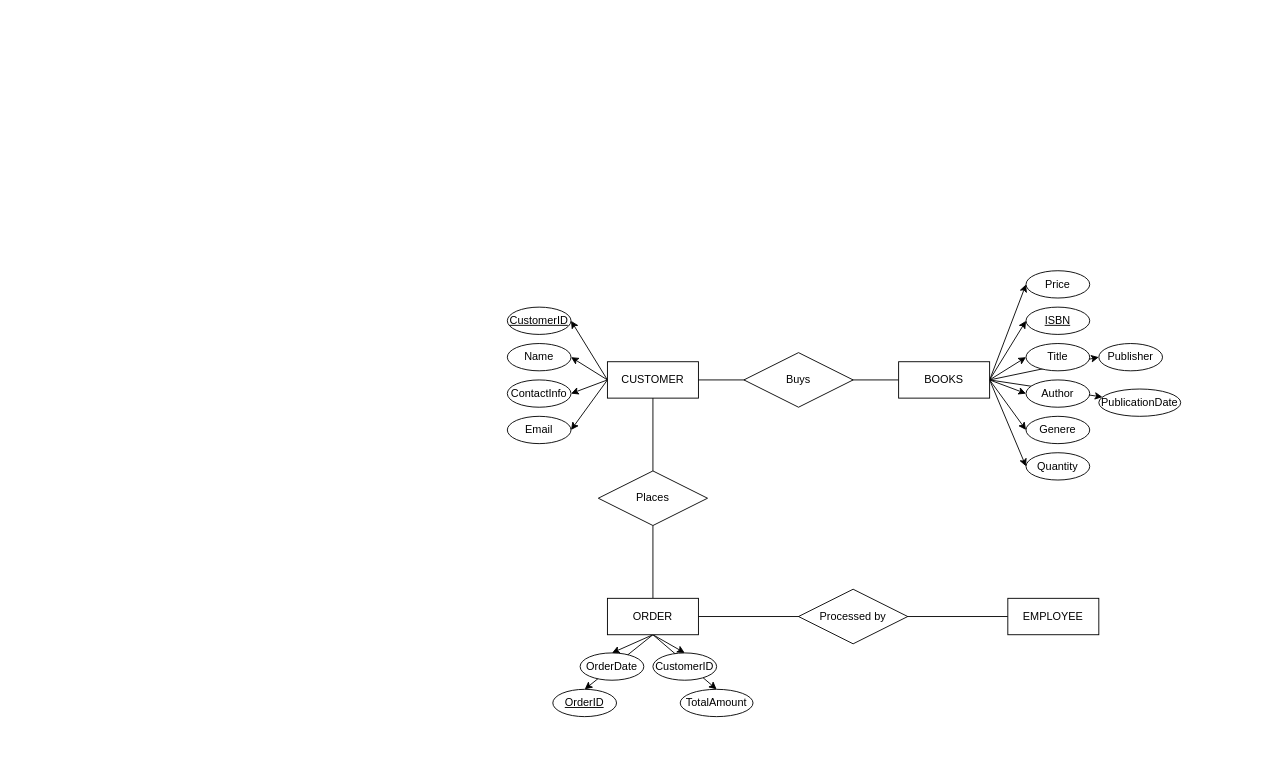
Before: BMSystem_ER.drawio in Haysten-D-costa/DBMQP-Mini-Project-BMSystem, a draw.io diagram. Source tidied: cells renumbered, new cells numbered last; positions are measured from the earlier drawing's top-left corner, leaving out a move shared by most shapes. Both pictures are drawn from the tidied source at 91%, with x=0, y=0 at pixel (507, 270).
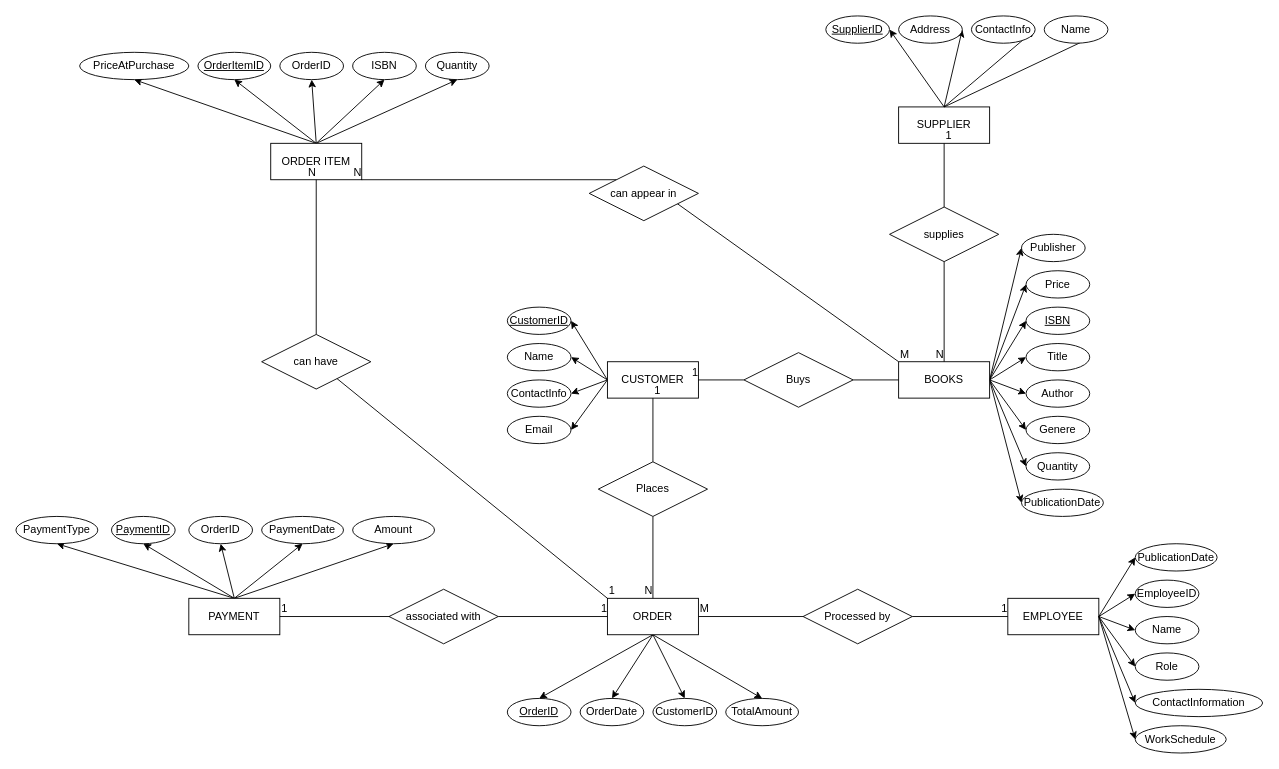
The same diagram, later.

The change refers to these unchanged cells:
```xml
<mxCell id="6" value="CUSTOMER" style="whiteSpace=wrap;html=1;align=center;" parent="1" vertex="1">
  <mxGeometry x="110" y="100" width="100" height="40" as="geometry" />
</mxCell>
<mxCell id="20" value="BOOKS" style="whiteSpace=wrap;html=1;align=center;" parent="1" vertex="1">
  <mxGeometry x="430" y="100" width="100" height="40" as="geometry" />
</mxCell>
<mxCell id="35" value="ORDER" style="whiteSpace=wrap;html=1;align=center;" parent="1" vertex="1">
  <mxGeometry x="110" y="360" width="100" height="40" as="geometry" />
</mxCell>
<mxCell id="40" style="endArrow=none;html=1;rounded=0;exitX=0.5;exitY=1;exitDx=0;exitDy=0;entryX=0.5;entryY=0;entryDx=0;entryDy=0;" parent="1" edge="1" source="6" target="41">
  <mxGeometry relative="1" as="geometry" />
</mxCell>
```

Change to the diagram source:
```diff
@@
-    <mxCell id="11" style="line;strokeWidth=1;dashed=0;labelPosition=right;align=left;verticalAlign=middle;spacingTop=0;spacingLeft=6;" parent="1" vertex="1">
-      <mxGeometry x="210" y="115" width="220" height="10" as="geometry" />
-    </mxCell>
@@
-    <mxCell id="19" style="edgeStyle=none;html=1;exitX=1;exitY=0.5;exitDx=0;exitDy=0;" parent="1" edge="1" source="20" target="29">
+    <mxCell id="19" style="edgeStyle=none;html=1;exitX=1;exitY=0.5;exitDx=0;exitDy=0;entryX=0;entryY=0.5;entryDx=0;entryDy=0;" parent="1" edge="1" source="20" target="29">
       <mxGeometry relative="1" as="geometry" />
     </mxCell>
@@
-    <mxCell id="21" value="Buys" style="shape=rhombus;perimeter=rhombusPerimeter;whiteSpace=wrap;html=1;align=center;" parent="1" vertex="1">
-      <mxGeometry x="260" y="90" width="120" height="60" as="geometry" />
-    </mxCell>
@@
     <mxCell id="28" value="Publisher" style="ellipse;whiteSpace=wrap;html=1;align=center;" parent="1" vertex="1">
-      <mxGeometry x="650" y="80" width="70" height="30" as="geometry" />
+      <mxGeometry x="565" y="-40" width="70" height="30" as="geometry" />
     </mxCell>
     <mxCell id="29" value="PublicationDate" style="ellipse;whiteSpace=wrap;html=1;align=center;" parent="1" vertex="1">
-      <mxGeometry x="650" y="130" width="90" height="30" as="geometry" />
+      <mxGeometry x="565" y="240" width="90" height="30" as="geometry" />
     </mxCell>
-    <mxCell id="30" style="endArrow=none;html=1;rounded=0;exitX=0.5;exitY=1;exitDx=0;exitDy=0;entryX=0.5;entryY=0;entryDx=0;entryDy=0;startArrow=none;" parent="1" edge="1" source="41" target="35">
-      <mxGeometry relative="1" as="geometry" />
-    </mxCell>
@@
     <mxCell id="36" value="OrderID" style="ellipse;whiteSpace=wrap;html=1;align=center;fontStyle=4;" parent="1" vertex="1">
-      <mxGeometry x="50" y="460" width="70" height="30" as="geometry" />
+      <mxGeometry y="470" width="70" height="30" as="geometry" />
     </mxCell>
     <mxCell id="37" value="OrderDate" style="ellipse;whiteSpace=wrap;html=1;align=center;" parent="1" vertex="1">
-      <mxGeometry x="80" y="420" width="70" height="30" as="geometry" />
+      <mxGeometry x="80" y="470" width="70" height="30" as="geometry" />
     </mxCell>
     <mxCell id="38" value="CustomerID" style="ellipse;whiteSpace=wrap;html=1;align=center;" parent="1" vertex="1">
-      <mxGeometry x="160" y="420" width="70" height="30" as="geometry" />
+      <mxGeometry x="160" y="470" width="70" height="30" as="geometry" />
     </mxCell>
     <mxCell id="39" value="TotalAmount" style="ellipse;whiteSpace=wrap;html=1;align=center;" parent="1" vertex="1">
-      <mxGeometry x="190" y="460" width="80" height="30" as="geometry" />
+      <mxGeometry x="240" y="470" width="80" height="30" as="geometry" />
     </mxCell>
+    <mxCell id="44" value="EMPLOYEE" style="whiteSpace=wrap;html=1;align=center;" parent="1" vertex="1">
+      <mxGeometry x="550" y="360" width="100" height="40" as="geometry" />
+    </mxCell>
+    <mxCell id="45" style="edgeStyle=none;html=1;exitX=1;exitY=0.5;exitDx=0;exitDy=0;entryX=0;entryY=0.5;entryDx=0;entryDy=0;" parent="1" edge="1" target="51">
+      <mxGeometry relative="1" as="geometry">
+        <mxPoint x="650" y="380" as="sourcePoint" />
+      </mxGeometry>
+    </mxCell>
+    <mxCell id="46" style="edgeStyle=none;html=1;exitX=1;exitY=0.5;exitDx=0;exitDy=0;entryX=0;entryY=0.5;entryDx=0;entryDy=0;" parent="1" edge="1" target="52">
+      <mxGeometry relative="1" as="geometry">
+        <mxPoint x="650" y="380" as="sourcePoint" />
+      </mxGeometry>
+    </mxCell>
+    <mxCell id="47" style="edgeStyle=none;html=1;exitX=1;exitY=0.5;exitDx=0;exitDy=0;entryX=0;entryY=0.5;entryDx=0;entryDy=0;" parent="1" edge="1" target="53">
+      <mxGeometry relative="1" as="geometry">
+        <mxPoint x="650" y="380" as="sourcePoint" />
+      </mxGeometry>
+    </mxCell>
+    <mxCell id="48" style="edgeStyle=none;html=1;exitX=1;exitY=0.5;exitDx=0;exitDy=0;entryX=0;entryY=0.5;entryDx=0;entryDy=0;" parent="1" edge="1" target="55">
+      <mxGeometry relative="1" as="geometry">
+        <mxPoint x="650" y="380" as="sourcePoint" />
+      </mxGeometry>
+    </mxCell>
+    <mxCell id="49" style="edgeStyle=none;html=1;exitX=1;exitY=0.5;exitDx=0;exitDy=0;entryX=0;entryY=0.5;entryDx=0;entryDy=0;" parent="1" edge="1" target="54">
+      <mxGeometry relative="1" as="geometry">
+        <mxPoint x="650" y="380" as="sourcePoint" />
+      </mxGeometry>
+    </mxCell>
+    <mxCell id="50" style="edgeStyle=none;html=1;exitX=1;exitY=0.5;exitDx=0;exitDy=0;entryX=0;entryY=0.5;entryDx=0;entryDy=0;" parent="1" edge="1" target="56">
+      <mxGeometry relative="1" as="geometry">
+        <mxPoint x="650" y="380" as="sourcePoint" />
+      </mxGeometry>
+    </mxCell>
+    <mxCell id="51" value="EmployeeID" style="ellipse;whiteSpace=wrap;html=1;align=center;" parent="1" vertex="1">
+      <mxGeometry x="690" y="340" width="70" height="30" as="geometry" />
+    </mxCell>
+    <mxCell id="52" value="Name" style="ellipse;whiteSpace=wrap;html=1;align=center;" parent="1" vertex="1">
+      <mxGeometry x="690" y="380" width="70" height="30" as="geometry" />
+    </mxCell>
+    <mxCell id="53" value="Role" style="ellipse;whiteSpace=wrap;html=1;align=center;" parent="1" vertex="1">
+      <mxGeometry x="690" y="420" width="70" height="30" as="geometry" />
+    </mxCell>
+    <mxCell id="54" value="ContactInformation" style="ellipse;whiteSpace=wrap;html=1;align=center;" parent="1" vertex="1">
+      <mxGeometry x="690" y="460" width="140" height="30" as="geometry" />
+    </mxCell>
+    <mxCell id="55" value="WorkSchedule" style="ellipse;whiteSpace=wrap;html=1;align=center;" parent="1" vertex="1">
+      <mxGeometry x="690" y="500" width="100" height="30" as="geometry" />
+    </mxCell>
+    <mxCell id="56" value="PublicationDate" style="ellipse;whiteSpace=wrap;html=1;align=center;" parent="1" vertex="1">
+      <mxGeometry x="690" y="300" width="90" height="30" as="geometry" />
+    </mxCell>
+    <mxCell id="57" value="SUPPLIER" style="whiteSpace=wrap;html=1;align=center;" parent="1" vertex="1">
+      <mxGeometry x="430" y="-180" width="100" height="40" as="geometry" />
+    </mxCell>
+    <mxCell id="58" style="edgeStyle=none;html=1;exitX=0.5;exitY=0;exitDx=0;exitDy=0;entryX=1;entryY=0.5;entryDx=0;entryDy=0;" parent="1" edge="1" source="57" target="62">
+      <mxGeometry relative="1" as="geometry" />
+    </mxCell>
+    <mxCell id="59" style="edgeStyle=none;html=1;entryX=1;entryY=0.5;entryDx=0;entryDy=0;" parent="1" edge="1" target="63">
+      <mxGeometry relative="1" as="geometry">
+        <mxPoint x="480" y="-180" as="sourcePoint" />
+      </mxGeometry>
+    </mxCell>
+    <mxCell id="60" style="edgeStyle=none;html=1;exitX=0.5;exitY=0;exitDx=0;exitDy=0;entryX=1;entryY=0.5;entryDx=0;entryDy=0;" parent="1" edge="1" source="57" target="64">
+      <mxGeometry relative="1" as="geometry" />
+    </mxCell>
+    <mxCell id="61" style="edgeStyle=none;html=1;entryX=1;entryY=0.5;entryDx=0;entryDy=0;exitX=0.5;exitY=0;exitDx=0;exitDy=0;" parent="1" edge="1" source="57" target="65">
+      <mxGeometry relative="1" as="geometry" />
+    </mxCell>
+    <mxCell id="62" value="SupplierID" style="ellipse;whiteSpace=wrap;html=1;align=center;fontStyle=4;" parent="1" vertex="1">
+      <mxGeometry x="350" y="-280" width="70" height="30" as="geometry" />
+    </mxCell>
+    <mxCell id="63" value="Name" style="ellipse;whiteSpace=wrap;html=1;align=center;" parent="1" vertex="1">
+      <mxGeometry x="590" y="-280" width="70" height="30" as="geometry" />
+    </mxCell>
+    <mxCell id="64" value="ContactInfo" style="ellipse;whiteSpace=wrap;html=1;align=center;" parent="1" vertex="1">
+      <mxGeometry x="510" y="-280" width="70" height="30" as="geometry" />
+    </mxCell>
+    <mxCell id="65" value="Address" style="ellipse;whiteSpace=wrap;html=1;align=center;" parent="1" vertex="1">
+      <mxGeometry x="430" y="-280" width="70" height="30" as="geometry" />
+    </mxCell>
+    <mxCell id="66" style="edgeStyle=none;html=1;exitX=0.5;exitY=0;exitDx=0;exitDy=0;entryX=0.5;entryY=1;entryDx=0;entryDy=0;" parent="1" edge="1" source="71" target="72">
+      <mxGeometry relative="1" as="geometry" />
+    </mxCell>
+    <mxCell id="67" style="edgeStyle=none;html=1;exitX=0.5;exitY=0;exitDx=0;exitDy=0;entryX=0.5;entryY=1;entryDx=0;entryDy=0;" parent="1" edge="1" source="71" target="73">
+      <mxGeometry relative="1" as="geometry" />
+    </mxCell>
+    <mxCell id="68" style="edgeStyle=none;html=1;exitX=0.5;exitY=0;exitDx=0;exitDy=0;entryX=0.5;entryY=1;entryDx=0;entryDy=0;" parent="1" edge="1" source="71" target="74">
+      <mxGeometry relative="1" as="geometry" />
+    </mxCell>
+    <mxCell id="69" style="edgeStyle=none;html=1;exitX=0.5;exitY=0;exitDx=0;exitDy=0;entryX=0.5;entryY=1;entryDx=0;entryDy=0;" parent="1" edge="1" source="71" target="75">
+      <mxGeometry relative="1" as="geometry" />
+    </mxCell>
+    <mxCell id="70" style="edgeStyle=none;html=1;exitX=0.5;exitY=0;exitDx=0;exitDy=0;entryX=0.5;entryY=1;entryDx=0;entryDy=0;" parent="1" edge="1" source="71" target="76">
+      <mxGeometry relative="1" as="geometry" />
+    </mxCell>
+    <mxCell id="71" value="PAYMENT" style="whiteSpace=wrap;html=1;align=center;" parent="1" vertex="1">
+      <mxGeometry x="-350" y="360" width="100" height="40" as="geometry" />
+    </mxCell>
+    <mxCell id="72" value="PaymentID" style="ellipse;whiteSpace=wrap;html=1;align=center;fontStyle=4;" parent="1" vertex="1">
+      <mxGeometry x="-435" y="270" width="70" height="30" as="geometry" />
+    </mxCell>
+    <mxCell id="73" value="OrderID" style="ellipse;whiteSpace=wrap;html=1;align=center;" parent="1" vertex="1">
+      <mxGeometry x="-350" y="270" width="70" height="30" as="geometry" />
+    </mxCell>
+    <mxCell id="74" value="PaymentDate" style="ellipse;whiteSpace=wrap;html=1;align=center;" parent="1" vertex="1">
+      <mxGeometry x="-270" y="270" width="90" height="30" as="geometry" />
+    </mxCell>
+    <mxCell id="75" value="PaymentType" style="ellipse;whiteSpace=wrap;html=1;align=center;" parent="1" vertex="1">
+      <mxGeometry x="-540" y="270" width="90" height="30" as="geometry" />
+    </mxCell>
+    <mxCell id="76" value="Amount" style="ellipse;whiteSpace=wrap;html=1;align=center;" parent="1" vertex="1">
+      <mxGeometry x="-170" y="270" width="90" height="30" as="geometry" />
+    </mxCell>
+    <mxCell id="77" style="edgeStyle=none;html=1;exitX=0.5;exitY=0;exitDx=0;exitDy=0;entryX=0.5;entryY=1;entryDx=0;entryDy=0;" parent="1" edge="1" source="82" target="113">
+      <mxGeometry relative="1" as="geometry" />
+    </mxCell>
+    <mxCell id="78" style="edgeStyle=none;html=1;exitX=0.5;exitY=0;exitDx=0;exitDy=0;entryX=0.5;entryY=1;entryDx=0;entryDy=0;" parent="1" edge="1" source="82" target="114">
+      <mxGeometry relative="1" as="geometry" />
+    </mxCell>
+    <mxCell id="79" style="edgeStyle=none;html=1;exitX=0.5;exitY=0;exitDx=0;exitDy=0;entryX=0.5;entryY=1;entryDx=0;entryDy=0;" parent="1" edge="1" source="82" target="115">
+      <mxGeometry relative="1" as="geometry" />
+    </mxCell>
+    <mxCell id="80" style="edgeStyle=none;html=1;exitX=0.5;exitY=0;exitDx=0;exitDy=0;entryX=0.5;entryY=1;entryDx=0;entryDy=0;" parent="1" edge="1" source="82" target="112">
+      <mxGeometry relative="1" as="geometry" />
+    </mxCell>
+    <mxCell id="81" style="edgeStyle=none;html=1;exitX=0.5;exitY=0;exitDx=0;exitDy=0;entryX=0.5;entryY=1;entryDx=0;entryDy=0;" parent="1" edge="1" source="82" target="116">
+      <mxGeometry relative="1" as="geometry" />
+    </mxCell>
+    <mxCell id="82" value="ORDER ITEM" style="whiteSpace=wrap;html=1;align=center;" parent="1" vertex="1">
+      <mxGeometry x="-260" y="-140" width="100" height="40" as="geometry" />
+    </mxCell>
+    <mxCell id="83" style="endArrow=none;html=1;rounded=0;exitX=1;exitY=0.5;exitDx=0;exitDy=0;entryX=0;entryY=0.5;entryDx=0;entryDy=0;startArrow=none;" parent="1" edge="1" source="108" target="35">
+      <mxGeometry relative="1" as="geometry" />
+    </mxCell>
+    <mxCell id="84" value="1" style="html=1;align=right;verticalAlign=bottom;" parent="83" vertex="1">
+      <mxGeometry x="1" relative="1" as="geometry" />
+    </mxCell>
+    <mxCell id="30" style="endArrow=none;html=1;rounded=0;exitX=0.5;exitY=1;exitDx=0;exitDy=0;entryX=0.5;entryY=0;entryDx=0;entryDy=0;startArrow=none;" parent="1" edge="1" source="41" target="35">
+      <mxGeometry relative="1" as="geometry" />
+    </mxCell>
+    <mxCell id="85" value="N" style="html=1;align=right;verticalAlign=bottom;" parent="30" vertex="1">
+      <mxGeometry x="1" relative="1" as="geometry" />
+    </mxCell>
+    <mxCell id="86" style="endArrow=none;html=1;rounded=0;exitX=1;exitY=0.5;exitDx=0;exitDy=0;entryX=0;entryY=0.5;entryDx=0;entryDy=0;startArrow=none;" parent="1" edge="1" source="43" target="44">
+      <mxGeometry relative="1" as="geometry" />
+    </mxCell>
+    <mxCell id="87" value="1" style="html=1;align=right;verticalAlign=bottom;" parent="86" vertex="1">
+      <mxGeometry x="1" relative="1" as="geometry" />
+    </mxCell>
+    <mxCell id="88" style="endArrow=none;html=1;rounded=0;exitX=0.5;exitY=1;exitDx=0;exitDy=0;entryX=0.5;entryY=0;entryDx=0;entryDy=0;startArrow=none;" parent="1" edge="1" source="103" target="20">
+      <mxGeometry relative="1" as="geometry" />
+    </mxCell>
+    <mxCell id="89" value="N" style="html=1;align=right;verticalAlign=bottom;" parent="88" vertex="1">
+      <mxGeometry x="1" relative="1" as="geometry" />
+    </mxCell>
+    <mxCell id="90" style="endArrow=none;html=1;rounded=0;entryX=1;entryY=1;entryDx=0;entryDy=0;exitX=0;exitY=0;exitDx=0;exitDy=0;startArrow=none;" parent="1" edge="1" source="96" target="82">
+      <mxGeometry relative="1" as="geometry" />
+    </mxCell>
+    <mxCell id="91" value="N" style="html=1;align=right;verticalAlign=bottom;" parent="90" vertex="1">
+      <mxGeometry x="1" relative="1" as="geometry" />
+    </mxCell>
+    <mxCell id="92" style="endArrow=none;html=1;rounded=0;entryX=0.5;entryY=1;entryDx=0;entryDy=0;startArrow=none;" parent="1" edge="1" source="99" target="82">
+      <mxGeometry relative="1" as="geometry" />
+    </mxCell>
+    <mxCell id="93" value="N" style="html=1;align=right;verticalAlign=bottom;" parent="92" vertex="1">
+      <mxGeometry x="1" relative="1" as="geometry" />
+    </mxCell>
+    <mxCell id="94" style="endArrow=none;html=1;rounded=0;entryX=1;entryY=1;entryDx=0;entryDy=0;exitX=0;exitY=0;exitDx=0;exitDy=0;" parent="1" edge="1" source="20" target="96">
+      <mxGeometry relative="1" as="geometry">
+        <Array as="points">
+          <mxPoint x="150" y="-100" />
+        </Array>
+      </mxGeometry>
+    </mxCell>
+    <mxCell id="95" value="M" style="html=1;align=left;verticalAlign=bottom;" parent="94" vertex="1">
+      <mxGeometry x="-1" relative="1" as="geometry" />
+    </mxCell>
+    <mxCell id="96" value="can appear in" style="shape=rhombus;perimeter=rhombusPerimeter;whiteSpace=wrap;html=1;align=center;" parent="1" vertex="1">
+      <mxGeometry x="90" y="-115" width="120" height="60" as="geometry" />
+    </mxCell>
+    <mxCell id="97" style="endArrow=none;html=1;rounded=0;exitX=0;exitY=0;exitDx=0;exitDy=0;entryX=0.5;entryY=1;entryDx=0;entryDy=0;" parent="1" edge="1" source="35" target="99">
+      <mxGeometry relative="1" as="geometry">
+        <Array as="points">
+          <mxPoint x="-210" y="100" />
+        </Array>
+      </mxGeometry>
+    </mxCell>
+    <mxCell id="98" value="1" style="html=1;align=left;verticalAlign=bottom;" parent="97" vertex="1">
+      <mxGeometry x="-1" relative="1" as="geometry" />
+    </mxCell>
+    <mxCell id="99" value="can have" style="shape=rhombus;perimeter=rhombusPerimeter;whiteSpace=wrap;html=1;align=center;" parent="1" vertex="1">
+      <mxGeometry x="-270" y="70" width="120" height="60" as="geometry" />
+    </mxCell>
@@
+    <mxCell id="100" value="1" style="html=1;align=left;verticalAlign=bottom;" parent="40" vertex="1">
+      <mxGeometry x="-1" relative="1" as="geometry" />
+    </mxCell>
     <mxCell id="41" value="Places" style="shape=rhombus;perimeter=rhombusPerimeter;whiteSpace=wrap;html=1;align=center;" parent="1" vertex="1">
-      <mxGeometry x="100" y="220" width="120" height="60" as="geometry" />
+      <mxGeometry x="100" y="210" width="120" height="60" as="geometry" />
     </mxCell>
-    <mxCell id="42" style="endArrow=none;html=1;rounded=0;entryX=1;entryY=0.5;entryDx=0;entryDy=0;startArrow=none;exitX=0;exitY=0.5;exitDx=0;exitDy=0;" parent="1" edge="1" source="44" target="35">
-      <mxGeometry relative="1" as="geometry" />
-    </mxCell>
+    <mxCell id="101" style="endArrow=none;html=1;rounded=0;exitX=0.5;exitY=1;exitDx=0;exitDy=0;entryX=0.5;entryY=0;entryDx=0;entryDy=0;" parent="1" edge="1" source="57" target="103">
+      <mxGeometry relative="1" as="geometry" />
+    </mxCell>
+    <mxCell id="102" value="1" style="html=1;align=left;verticalAlign=bottom;" parent="101" vertex="1">
+      <mxGeometry x="-1" relative="1" as="geometry" />
+    </mxCell>
+    <mxCell id="103" value="supplies" style="shape=rhombus;perimeter=rhombusPerimeter;whiteSpace=wrap;html=1;align=center;" parent="1" vertex="1">
+      <mxGeometry x="420" y="-70" width="120" height="60" as="geometry" />
+    </mxCell>
+    <mxCell id="104" style="endArrow=none;html=1;rounded=0;exitX=1;exitY=0.5;exitDx=0;exitDy=0;entryX=0;entryY=0.5;entryDx=0;entryDy=0;" parent="1" edge="1" source="35" target="43">
+      <mxGeometry relative="1" as="geometry" />
+    </mxCell>
+    <mxCell id="105" value="M" style="html=1;align=left;verticalAlign=bottom;" parent="104" vertex="1">
+      <mxGeometry x="-1" relative="1" as="geometry" />
+    </mxCell>
     <mxCell id="43" value="Processed by" style="shape=rhombus;perimeter=rhombusPerimeter;whiteSpace=wrap;html=1;align=center;" parent="1" vertex="1">
-      <mxGeometry x="320" y="350" width="120" height="60" as="geometry" />
+      <mxGeometry x="325" y="350" width="120" height="60" as="geometry" />
     </mxCell>
-    <mxCell id="44" value="EMPLOYEE" style="whiteSpace=wrap;html=1;align=center;" parent="1" vertex="1">
-      <mxGeometry x="550" y="360" width="100" height="40" as="geometry" />
-    </mxCell>
+    <mxCell id="106" style="endArrow=none;html=1;rounded=0;exitX=1;exitY=0.5;exitDx=0;exitDy=0;entryX=0;entryY=0.5;entryDx=0;entryDy=0;" parent="1" edge="1" source="71" target="108">
+      <mxGeometry relative="1" as="geometry">
+        <Array as="points">
+          <mxPoint x="-80" y="380" />
+        </Array>
+      </mxGeometry>
+    </mxCell>
+    <mxCell id="107" value="1" style="html=1;align=left;verticalAlign=bottom;" parent="106" vertex="1">
+      <mxGeometry x="-1" relative="1" as="geometry" />
+    </mxCell>
+    <mxCell id="108" value="associated with" style="shape=rhombus;perimeter=rhombusPerimeter;whiteSpace=wrap;html=1;align=center;" parent="1" vertex="1">
+      <mxGeometry x="-130" y="350" width="120" height="60" as="geometry" />
+    </mxCell>
+    <mxCell id="109" style="endArrow=none;html=1;rounded=0;exitX=0;exitY=0.5;exitDx=0;exitDy=0;entryX=1;entryY=0.5;entryDx=0;entryDy=0;startArrow=none;" parent="1" edge="1" source="21" target="6">
+      <mxGeometry relative="1" as="geometry" />
+    </mxCell>
+    <mxCell id="110" value="1" style="html=1;align=right;verticalAlign=bottom;" parent="109" vertex="1">
+      <mxGeometry x="1" relative="1" as="geometry" />
+    </mxCell>
+    <mxCell id="111" style="endArrow=none;html=1;rounded=0;exitX=0;exitY=0.5;exitDx=0;exitDy=0;entryX=1;entryY=0.5;entryDx=0;entryDy=0;startArrow=none;" parent="1" edge="1" source="20" target="21">
+      <mxGeometry relative="1" as="geometry" />
+    </mxCell>
+    <mxCell id="21" value="Buys" style="shape=rhombus;perimeter=rhombusPerimeter;whiteSpace=wrap;html=1;align=center;" parent="1" vertex="1">
+      <mxGeometry x="260" y="90" width="120" height="60" as="geometry" />
+    </mxCell>
+    <mxCell id="112" value="OrderItemID" style="ellipse;whiteSpace=wrap;html=1;align=center;fontStyle=4;" parent="1" vertex="1">
+      <mxGeometry x="-340" y="-240" width="80" height="30" as="geometry" />
+    </mxCell>
+    <mxCell id="113" value="Quantity" style="ellipse;whiteSpace=wrap;html=1;align=center;" parent="1" vertex="1">
+      <mxGeometry x="-90" y="-240" width="70" height="30" as="geometry" />
+    </mxCell>
+    <mxCell id="114" value="ISBN" style="ellipse;whiteSpace=wrap;html=1;align=center;" parent="1" vertex="1">
+      <mxGeometry x="-170" y="-240" width="70" height="30" as="geometry" />
+    </mxCell>
+    <mxCell id="115" value="OrderID" style="ellipse;whiteSpace=wrap;html=1;align=center;" parent="1" vertex="1">
+      <mxGeometry x="-250" y="-240" width="70" height="30" as="geometry" />
+    </mxCell>
+    <mxCell id="116" value="PriceAtPurchase" style="ellipse;whiteSpace=wrap;html=1;align=center;" parent="1" vertex="1">
+      <mxGeometry x="-470" y="-240" width="120" height="30" as="geometry" />
+    </mxCell>
```
